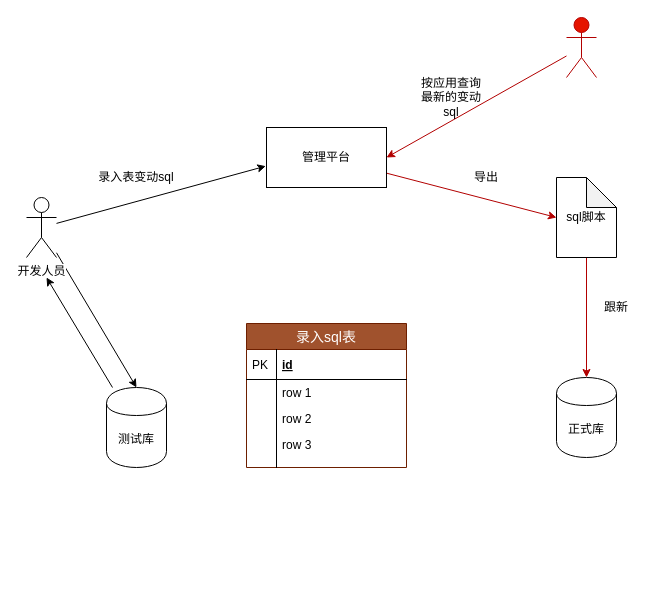
jinnians/dbMan keeps this draw.io diagram as dbman.drawio. Above is the earlier version. Source tidied: cells renumbered, new cells numbered last; positions are measured from the earlier drawing's top-left corner, leaving out a move shared by most shapes. Both pictures are drawn from the tidied source at 100%, with x=0, y=0 at pixel (26, 17).
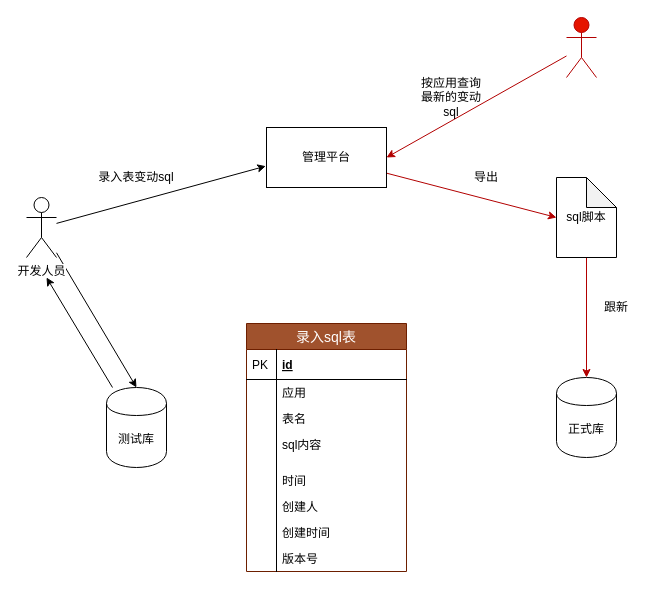
The same diagram, later.

The edit, as a diff of the source:
```diff
@@
     <mxCell id="18" value="录入sql表" style="swimlane;fontStyle=0;horizontal=1;startSize=26;align=center;fontSize=14;fillColor=#a0522d;strokeColor=#6D1F00;fontColor=#ffffff;" parent="1" vertex="1">
-      <mxGeometry x="220" y="306" width="160" height="144" as="geometry" />
+      <mxGeometry x="220" y="306" width="160" height="248" as="geometry" />
     </mxCell>
@@
-    <mxCell id="21" value="row 1" style="shape=partialRectangle;top=0;left=0;right=0;bottom=0;align=left;verticalAlign=top;fillColor=none;spacingLeft=34;spacingRight=4;overflow=hidden;fontSize=12;" parent="18" vertex="1">
+    <mxCell id="21" value="应用" style="shape=partialRectangle;top=0;left=0;right=0;bottom=0;align=left;verticalAlign=top;fillColor=none;spacingLeft=34;spacingRight=4;overflow=hidden;fontSize=12;" parent="18" vertex="1">
       <mxGeometry y="56" width="160" height="26" as="geometry" />
     </mxCell>
@@
-    <mxCell id="23" value="row 2" style="shape=partialRectangle;top=0;left=0;right=0;bottom=0;align=left;verticalAlign=top;fillColor=none;spacingLeft=34;spacingRight=4;overflow=hidden;fontSize=12;" parent="18" vertex="1">
+    <mxCell id="23" value="表名" style="shape=partialRectangle;top=0;left=0;right=0;bottom=0;align=left;verticalAlign=top;fillColor=none;spacingLeft=34;spacingRight=4;overflow=hidden;fontSize=12;" parent="18" vertex="1">
       <mxGeometry y="82" width="160" height="26" as="geometry" />
     </mxCell>
@@
-    <mxCell id="25" value="row 3" style="shape=partialRectangle;top=0;left=0;right=0;bottom=0;align=left;verticalAlign=top;fillColor=none;spacingLeft=34;spacingRight=4;overflow=hidden;fontSize=12;" parent="18" vertex="1">
+    <mxCell id="25" value="sql内容" style="shape=partialRectangle;top=0;left=0;right=0;bottom=0;align=left;verticalAlign=top;fillColor=none;spacingLeft=34;spacingRight=4;overflow=hidden;fontSize=12;" parent="18" vertex="1">
       <mxGeometry y="108" width="160" height="26" as="geometry" />
     </mxCell>
@@
+    <mxCell id="29" value="时间" style="shape=partialRectangle;top=0;left=0;right=0;bottom=0;align=left;verticalAlign=top;fillColor=none;spacingLeft=34;spacingRight=4;overflow=hidden;fontSize=12;" parent="18" vertex="1">
+      <mxGeometry y="144" width="160" height="26" as="geometry" />
+    </mxCell>
+    <mxCell id="30" style="shape=partialRectangle;top=0;left=0;bottom=0;fillColor=none;align=left;verticalAlign=top;spacingLeft=4;spacingRight=4;overflow=hidden;fontSize=12;" parent="29" vertex="1">
+      <mxGeometry width="30" height="26" as="geometry" />
+    </mxCell>
+    <mxCell id="31" value="创建人" style="shape=partialRectangle;top=0;left=0;right=0;bottom=0;align=left;verticalAlign=top;fillColor=none;spacingLeft=34;spacingRight=4;overflow=hidden;fontSize=12;" parent="18" vertex="1">
+      <mxGeometry y="170" width="160" height="26" as="geometry" />
+    </mxCell>
+    <mxCell id="32" style="shape=partialRectangle;top=0;left=0;bottom=0;fillColor=none;align=left;verticalAlign=top;spacingLeft=4;spacingRight=4;overflow=hidden;fontSize=12;" parent="31" vertex="1">
+      <mxGeometry width="30" height="26" as="geometry" />
+    </mxCell>
+    <mxCell id="33" value="创建时间" style="shape=partialRectangle;top=0;left=0;right=0;bottom=0;align=left;verticalAlign=top;fillColor=none;spacingLeft=34;spacingRight=4;overflow=hidden;fontSize=12;" parent="18" vertex="1">
+      <mxGeometry y="196" width="160" height="26" as="geometry" />
+    </mxCell>
+    <mxCell id="34" style="shape=partialRectangle;top=0;left=0;bottom=0;fillColor=none;align=left;verticalAlign=top;spacingLeft=4;spacingRight=4;overflow=hidden;fontSize=12;" parent="33" vertex="1">
+      <mxGeometry width="30" height="26" as="geometry" />
+    </mxCell>
+    <mxCell id="35" value="版本号" style="shape=partialRectangle;top=0;left=0;right=0;bottom=0;align=left;verticalAlign=top;fillColor=none;spacingLeft=34;spacingRight=4;overflow=hidden;fontSize=12;" parent="18" vertex="1">
+      <mxGeometry y="222" width="160" height="26" as="geometry" />
+    </mxCell>
+    <mxCell id="36" style="shape=partialRectangle;top=0;left=0;bottom=0;fillColor=none;align=left;verticalAlign=top;spacingLeft=4;spacingRight=4;overflow=hidden;fontSize=12;" parent="35" vertex="1">
+      <mxGeometry width="30" height="26" as="geometry" />
+    </mxCell>
```
